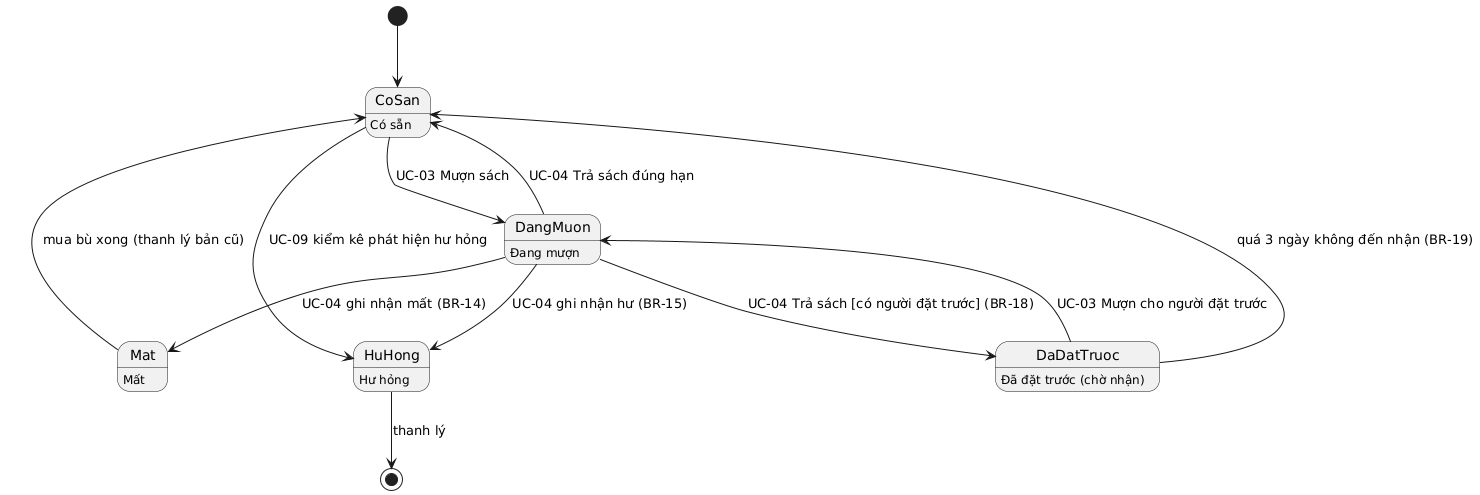
Earlier version of the PlantUML export docs/03-phan-tich/bieu-do-trang-thai/state-ban-sao-sach.png (mtmtmthehehe/OOAD).
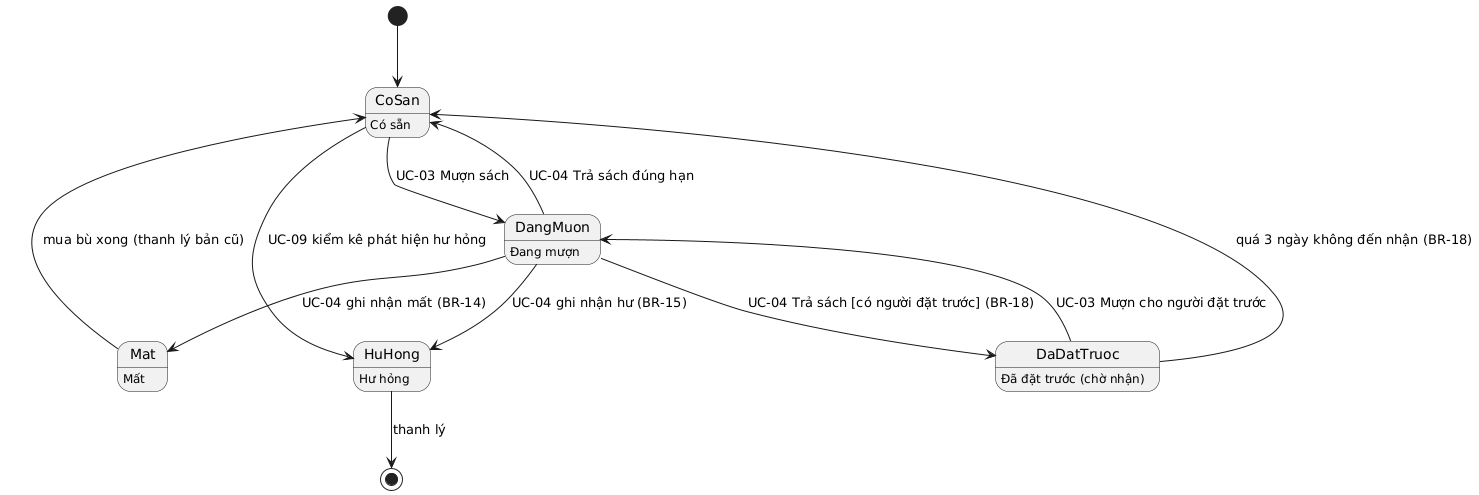
Above is the later version.

Diff of the diagram source:
```diff
@@ -10,7 +10,7 @@
 DangMuon --> CoSan : UC-04 Trả sách đúng hạn
 DangMuon --> DaDatTruoc : UC-04 Trả sách [có người đặt trước] (BR-18)
 DaDatTruoc --> DangMuon : UC-03 Mượn cho người đặt trước
-DaDatTruoc --> CoSan : quá 3 ngày không đến nhận (BR-19)
+DaDatTruoc --> CoSan : quá 3 ngày không đến nhận (BR-18)
 CoSan --> HuHong : UC-09 kiểm kê phát hiện hư hỏng
 DangMuon --> Mat : UC-04 ghi nhận mất (BR-14)
 DangMuon --> HuHong : UC-04 ghi nhận hư (BR-15)
```
